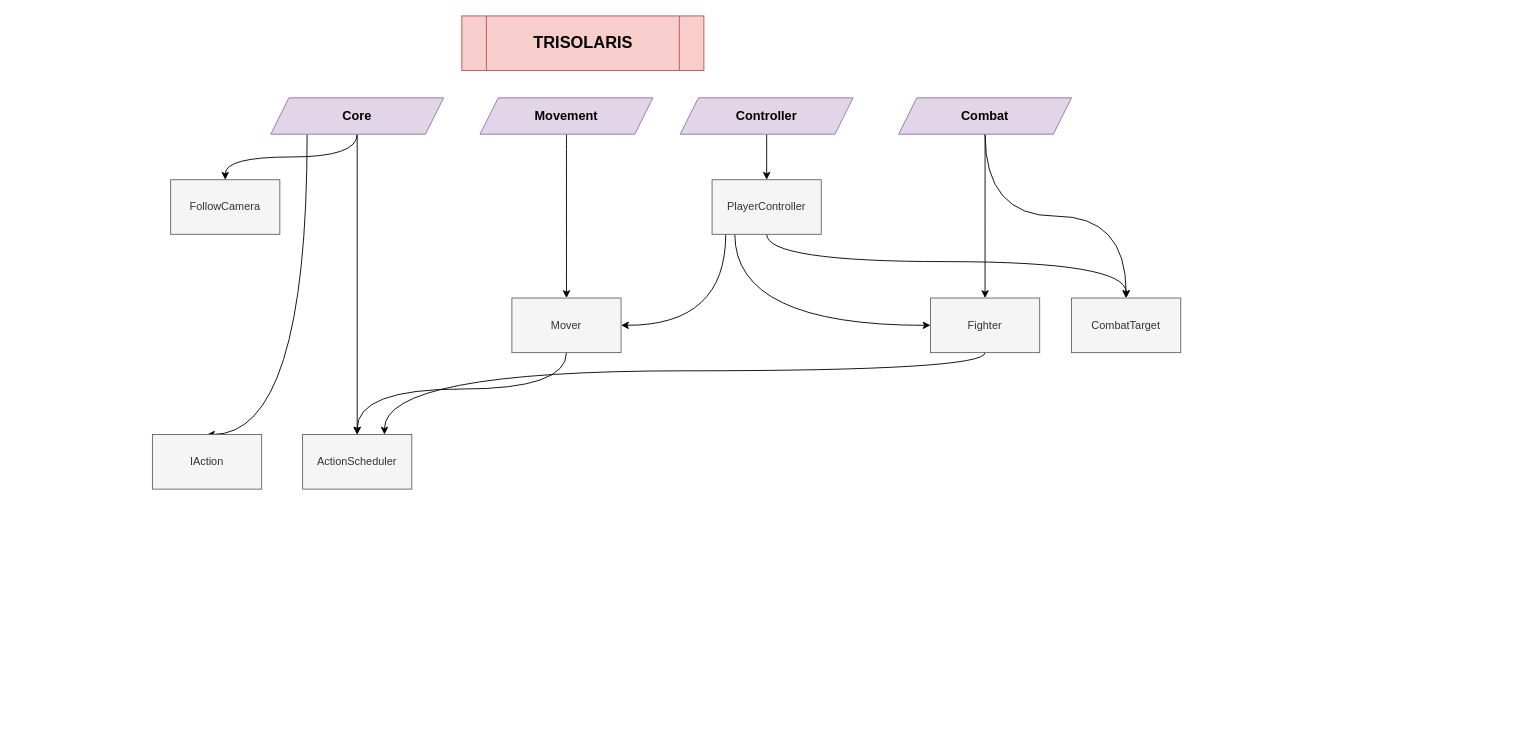
The draw.io diagram Trisolaris Code Tree.drawio in ezoisil/Trisolaris, before the edit. Source tidied: cells renumbered, new cells numbered last; positions are measured from the earlier drawing's top-left corner, leaving out a move shared by most shapes. Both pictures are drawn from the tidied source at 91%, with x=0, y=0 at pixel (152, 15).
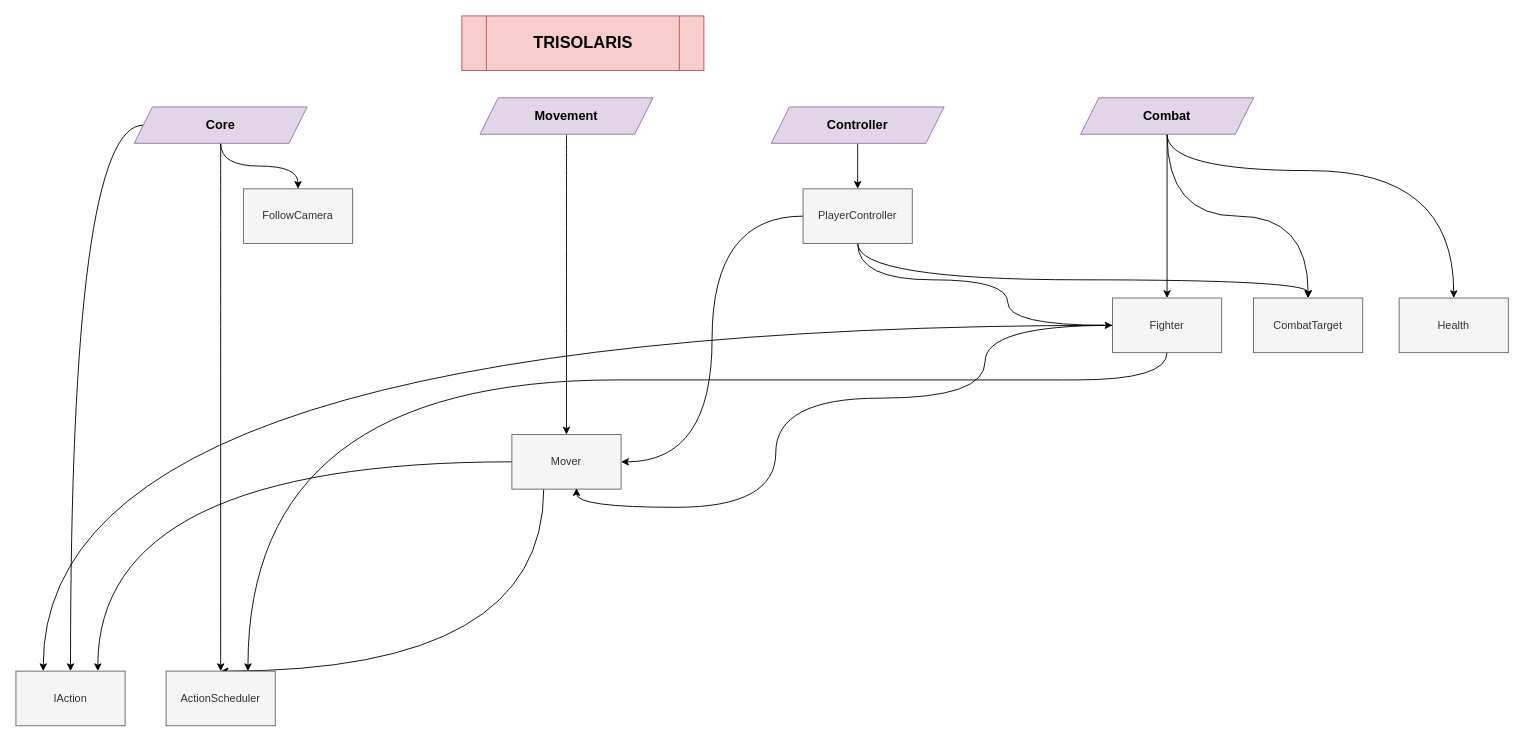
After the change.

What changed in the source:
```diff
@@
-    <mxCell id="2" style="edgeStyle=orthogonalEdgeStyle;rounded=0;jettySize=auto;html=1;fontFamily=Helvetica;fontSize=12;fontColor=#333333;curved=1;" parent="1" edge="1" source="5" target="10">
+    <mxCell id="2" style="edgeStyle=orthogonalEdgeStyle;rounded=0;jettySize=auto;html=1;fontFamily=Helvetica;fontSize=12;fontColor=#333333;curved=1;exitX=0.5;exitY=1;exitDx=0;exitDy=0;" parent="1" edge="1" source="5" target="10">
       <mxGeometry relative="1" as="geometry" />
     </mxCell>
@@
     <mxCell id="4" style="edgeStyle=orthogonalEdgeStyle;rounded=0;jettySize=auto;html=1;entryX=0.5;entryY=0;entryDx=0;entryDy=0;curved=1;" parent="1" edge="1" source="5" target="25">
-      <mxGeometry relative="1" as="geometry">
-        <Array as="points">
-          <mxPoint x="170" y="460" />
-        </Array>
-      </mxGeometry>
+      <mxGeometry relative="1" as="geometry" />
     </mxCell>
     <mxCell id="5" value="&lt;font style=&quot;font-size: 14px&quot;&gt;&lt;b&gt;Core&lt;/b&gt;&lt;/font&gt;" style="shape=parallelogram;perimeter=parallelogramPerimeter;whiteSpace=wrap;html=1;fixedSize=1;fillColor=#e1d5e7;strokeColor=#9673a6;" parent="1" vertex="1">
-      <mxGeometry x="130" y="90" width="190" height="40" as="geometry" />
+      <mxGeometry x="-20" y="100" width="190" height="40" as="geometry" />
     </mxCell>
@@
     <mxCell id="9" value="&lt;font style=&quot;font-size: 14px&quot;&gt;&lt;b&gt;Controller&lt;/b&gt;&lt;/font&gt;" style="shape=parallelogram;perimeter=parallelogramPerimeter;whiteSpace=wrap;html=1;fixedSize=1;fillColor=#e1d5e7;strokeColor=#9673a6;" parent="1" vertex="1">
-      <mxGeometry x="580" y="90" width="190" height="40" as="geometry" />
+      <mxGeometry x="680" y="100" width="190" height="40" as="geometry" />
     </mxCell>
     <mxCell id="10" value="FollowCamera" style="rounded=0;whiteSpace=wrap;html=1;fontFamily=Helvetica;fontSize=12;strokeColor=#666666;fillColor=#f5f5f5;fontColor=#333333;" parent="1" vertex="1">
-      <mxGeometry x="20" y="180" width="120" height="60" as="geometry" />
+      <mxGeometry x="100" y="190" width="120" height="60" as="geometry" />
     </mxCell>
     <mxCell id="11" style="edgeStyle=orthogonalEdgeStyle;rounded=0;jettySize=auto;html=1;entryX=0.5;entryY=0;entryDx=0;entryDy=0;curved=1;" parent="1" edge="1" source="12" target="24">
       <mxGeometry relative="1" as="geometry">
         <Array as="points">
-          <mxPoint x="455" y="410" />
-          <mxPoint x="225" y="410" />
+          <mxPoint x="430" y="720" />
         </Array>
       </mxGeometry>
     </mxCell>
+    <mxCell id="26" style="edgeStyle=orthogonalEdgeStyle;curved=1;rounded=0;jettySize=auto;html=1;entryX=0.75;entryY=0;entryDx=0;entryDy=0;" parent="1" edge="1" source="12" target="25">
+      <mxGeometry relative="1" as="geometry" />
+    </mxCell>
     <mxCell id="12" value="Mover" style="rounded=0;whiteSpace=wrap;html=1;fontFamily=Helvetica;fontSize=12;strokeColor=#666666;fillColor=#f5f5f5;fontColor=#333333;" parent="1" vertex="1">
-      <mxGeometry x="395" y="310" width="120" height="60" as="geometry" />
+      <mxGeometry x="395" y="460" width="120" height="60" as="geometry" />
     </mxCell>
-    <mxCell id="13" style="edgeStyle=orthogonalEdgeStyle;rounded=0;jettySize=auto;html=1;entryX=1;entryY=0.5;entryDx=0;entryDy=0;fontFamily=Helvetica;fontSize=18;fontColor=#333333;curved=1;" parent="1" edge="1" source="16" target="12">
-      <mxGeometry relative="1" as="geometry">
-        <Array as="points">
-          <mxPoint x="630" y="340" />
-        </Array>
-      </mxGeometry>
+    <mxCell id="13" style="edgeStyle=orthogonalEdgeStyle;rounded=0;jettySize=auto;html=1;fontFamily=Helvetica;fontSize=18;fontColor=#333333;curved=1;entryX=1;entryY=0.5;entryDx=0;entryDy=0;" parent="1" edge="1" source="16" target="12">
+      <mxGeometry relative="1" as="geometry" />
     </mxCell>
     <mxCell id="14" style="edgeStyle=orthogonalEdgeStyle;rounded=0;jettySize=auto;html=1;entryX=0;entryY=0.5;entryDx=0;entryDy=0;fontFamily=Helvetica;fontSize=18;fontColor=#333333;curved=1;" parent="1" edge="1" source="16" target="22">
       <mxGeometry relative="1" as="geometry">
         <Array as="points">
-          <mxPoint x="640" y="340" />
+          <mxPoint x="775" y="290" />
+          <mxPoint x="940" y="290" />
+          <mxPoint x="940" y="340" />
         </Array>
       </mxGeometry>
     </mxCell>
     <mxCell id="15" style="edgeStyle=orthogonalEdgeStyle;rounded=0;jettySize=auto;html=1;fontFamily=Helvetica;fontSize=18;fontColor=#333333;curved=1;" parent="1" edge="1" source="16" target="23">
       <mxGeometry relative="1" as="geometry">
         <Array as="points">
-          <mxPoint x="675" y="270" />
-          <mxPoint x="1070" y="270" />
+          <mxPoint x="775" y="290" />
+          <mxPoint x="1270" y="290" />
         </Array>
       </mxGeometry>
     </mxCell>
     <mxCell id="16" value="PlayerController" style="rounded=0;whiteSpace=wrap;html=1;fontFamily=Helvetica;fontSize=12;strokeColor=#666666;fillColor=#f5f5f5;fontColor=#333333;" parent="1" vertex="1">
-      <mxGeometry x="615" y="180" width="120" height="60" as="geometry" />
+      <mxGeometry x="715" y="190" width="120" height="60" as="geometry" />
     </mxCell>
@@
+    <mxCell id="27" style="edgeStyle=orthogonalEdgeStyle;curved=1;rounded=0;jettySize=auto;html=1;entryX=0.5;entryY=0;entryDx=0;entryDy=0;" parent="1" edge="1" source="20" target="30">
+      <mxGeometry relative="1" as="geometry">
+        <Array as="points">
+          <mxPoint x="1115" y="170" />
+          <mxPoint x="1430" y="170" />
+        </Array>
+      </mxGeometry>
+    </mxCell>
     <mxCell id="20" value="&lt;font style=&quot;font-size: 14px&quot;&gt;&lt;b&gt;Combat&lt;/b&gt;&lt;/font&gt;" style="shape=parallelogram;perimeter=parallelogramPerimeter;whiteSpace=wrap;html=1;fixedSize=1;fillColor=#e1d5e7;strokeColor=#9673a6;" parent="1" vertex="1">
-      <mxGeometry x="820" y="90" width="190" height="40" as="geometry" />
+      <mxGeometry x="1020" y="90" width="190" height="40" as="geometry" />
     </mxCell>
     <mxCell id="21" style="edgeStyle=orthogonalEdgeStyle;curved=1;rounded=0;jettySize=auto;html=1;entryX=0.75;entryY=0;entryDx=0;entryDy=0;" parent="1" edge="1" source="22" target="24">
       <mxGeometry relative="1" as="geometry">
         <Array as="points">
-          <mxPoint x="915" y="390" />
-          <mxPoint x="255" y="390" />
+          <mxPoint x="915" y="400" />
+          <mxPoint x="255" y="400" />
         </Array>
       </mxGeometry>
     </mxCell>
+    <mxCell id="28" style="edgeStyle=orthogonalEdgeStyle;curved=1;rounded=0;jettySize=auto;html=1;entryX=0.592;entryY=0.983;entryDx=0;entryDy=0;entryPerimeter=0;" parent="1" edge="1" source="22" target="12">
+      <mxGeometry relative="1" as="geometry">
+        <Array as="points">
+          <mxPoint x="915" y="420" />
+          <mxPoint x="685" y="420" />
+          <mxPoint x="685" y="540" />
+          <mxPoint x="466" y="540" />
+        </Array>
+      </mxGeometry>
+    </mxCell>
+    <mxCell id="29" style="edgeStyle=orthogonalEdgeStyle;curved=1;rounded=0;jettySize=auto;html=1;entryX=0.25;entryY=0;entryDx=0;entryDy=0;" parent="1" edge="1" source="22" target="25">
+      <mxGeometry relative="1" as="geometry" />
+    </mxCell>
     <mxCell id="22" value="Fighter" style="rounded=0;whiteSpace=wrap;html=1;fontFamily=Helvetica;fontSize=12;strokeColor=#666666;fillColor=#f5f5f5;fontColor=#333333;" parent="1" vertex="1">
-      <mxGeometry x="855" y="310" width="120" height="60" as="geometry" />
+      <mxGeometry x="1055" y="310" width="120" height="60" as="geometry" />
     </mxCell>
     <mxCell id="23" value="CombatTarget" style="rounded=0;whiteSpace=wrap;html=1;fontFamily=Helvetica;fontSize=12;strokeColor=#666666;fillColor=#f5f5f5;fontColor=#333333;" parent="1" vertex="1">
-      <mxGeometry x="1010" y="310" width="120" height="60" as="geometry" />
+      <mxGeometry x="1210" y="310" width="120" height="60" as="geometry" />
     </mxCell>
     <mxCell id="24" value="ActionScheduler" style="rounded=0;whiteSpace=wrap;html=1;fontFamily=Helvetica;fontSize=12;strokeColor=#666666;fillColor=#f5f5f5;fontColor=#333333;" parent="1" vertex="1">
-      <mxGeometry x="165" y="460" width="120" height="60" as="geometry" />
+      <mxGeometry x="15" y="720" width="120" height="60" as="geometry" />
     </mxCell>
     <mxCell id="25" value="IAction" style="rounded=0;whiteSpace=wrap;html=1;fontFamily=Helvetica;fontSize=12;strokeColor=#666666;fillColor=#f5f5f5;fontColor=#333333;" parent="1" vertex="1">
-      <mxGeometry y="460" width="120" height="60" as="geometry" />
+      <mxGeometry x="-150" y="720" width="120" height="60" as="geometry" />
     </mxCell>
+    <mxCell id="30" value="Health" style="rounded=0;whiteSpace=wrap;html=1;fontFamily=Helvetica;fontSize=12;strokeColor=#666666;fillColor=#f5f5f5;fontColor=#333333;" parent="1" vertex="1">
+      <mxGeometry x="1370" y="310" width="120" height="60" as="geometry" />
+    </mxCell>
```
